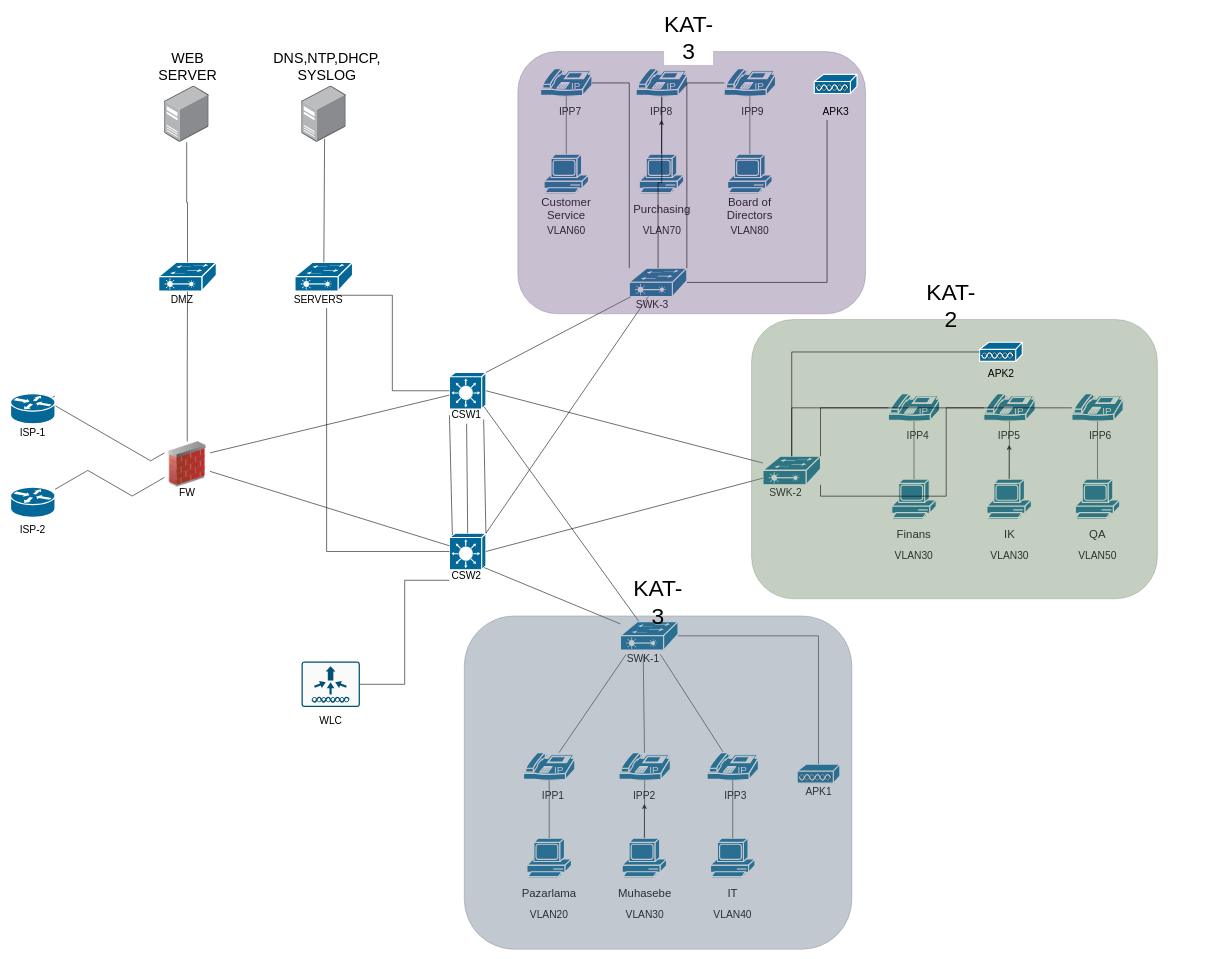
Before: enterprise-network.drawio in sonerunal/Ag-tasarimlari, a draw.io diagram. Source tidied: cells renumbered, new cells numbered last; positions are measured from the earlier drawing's top-left corner, leaving out a move shared by most shapes. Both pictures are drawn from the tidied source at 57%, with x=0, y=0 at pixel (10, 28).
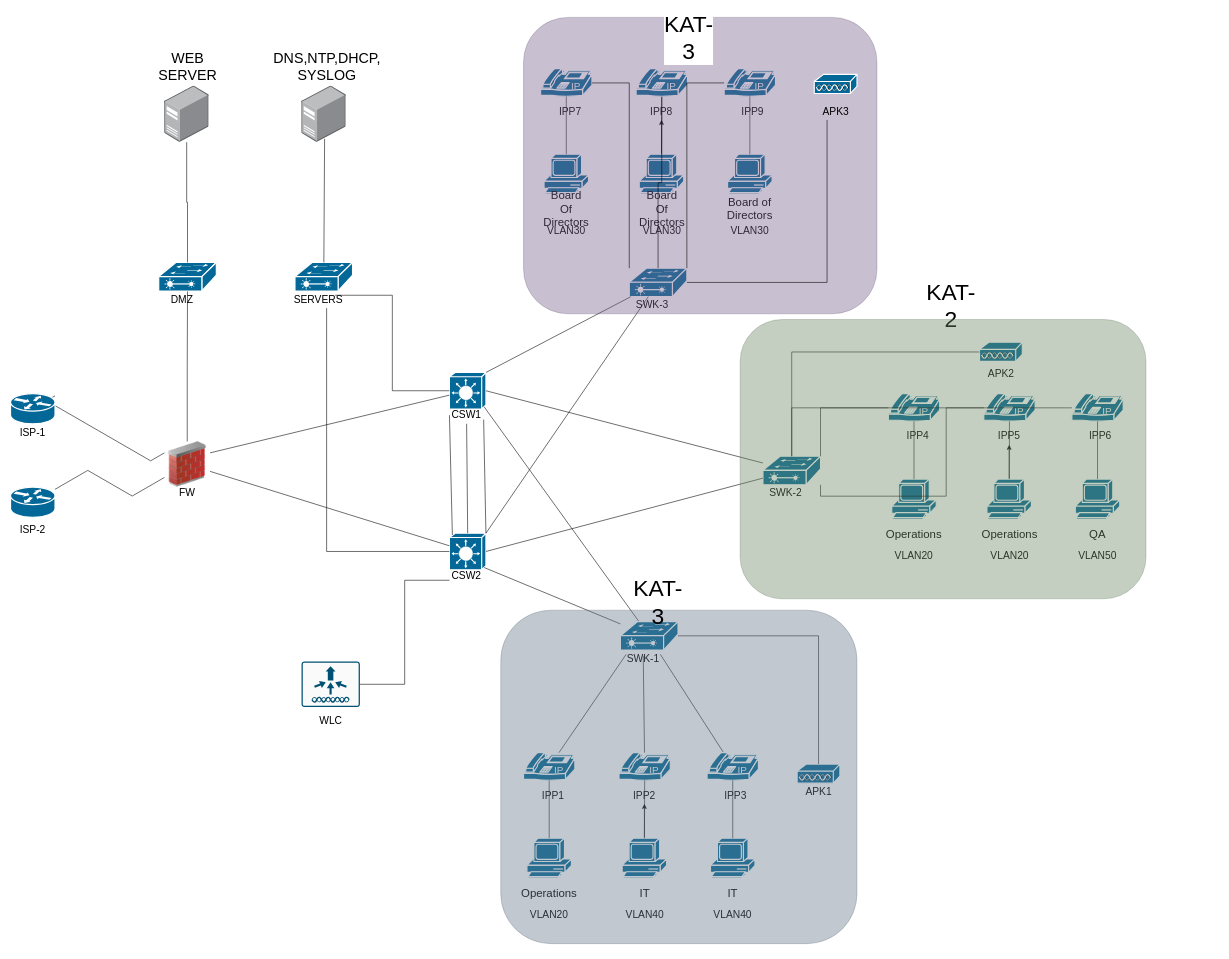
Above is the later version.

The change refers to these unchanged cells:
```xml
<mxCell id="37" style="group;" parent="1" vertex="1">
  <mxGeometry x="1540" y="640" width="582" height="360" as="geometry" />
</mxCell>
<mxCell id="42" style="group;" parent="37" vertex="1">
  <mxGeometry x="22" width="560" height="360" as="geometry" />
</mxCell>
<mxCell id="62" style="group;" parent="1" vertex="1">
  <mxGeometry x="930" y="70" width="600" height="430" as="geometry" />
</mxCell>
<mxCell id="66" style="group;" parent="62" vertex="1">
  <mxGeometry width="600" height="430" as="geometry" />
</mxCell>
<mxCell id="115" style="group;" parent="1" vertex="1">
  <mxGeometry x="900" y="1270" width="600" height="300" as="geometry" />
</mxCell>
```

The edit, as a diff of the source:
```diff
@@
-    <mxCell id="39" value="Finans" style="text;html=1;whiteSpace=wrap;strokeColor=none;fillColor=none;align=center;verticalAlign=middle;rounded=0;strokeWidth=3;fontSize=20;" parent="37" vertex="1">
+    <mxCell id="39" value="Operations" style="text;html=1;whiteSpace=wrap;strokeColor=none;fillColor=none;align=center;verticalAlign=middle;rounded=0;strokeWidth=3;fontSize=20;" parent="37" vertex="1">
       <mxGeometry x="15" y="230" width="60" height="30" as="geometry" />
     </mxCell>
-    <mxCell id="40" value="&lt;font style=&quot;font-size: 18px;&quot;&gt;VLAN30&lt;/font&gt;" style="text;html=1;whiteSpace=wrap;strokeColor=none;fillColor=none;align=center;verticalAlign=middle;rounded=0;" parent="37" vertex="1">
+    <mxCell id="40" value="&lt;font style=&quot;font-size: 18px;&quot;&gt;VLAN20&lt;/font&gt;" style="text;html=1;whiteSpace=wrap;strokeColor=none;fillColor=none;align=center;verticalAlign=middle;rounded=0;" parent="37" vertex="1">
       <mxGeometry x="15" y="270" width="60" height="30" as="geometry" />
     </mxCell>
@@
-    <mxCell id="46" value="IK" style="text;html=1;whiteSpace=wrap;strokeColor=none;fillColor=none;align=center;verticalAlign=middle;rounded=0;fontSize=20;" parent="42" vertex="1">
+    <mxCell id="46" value="Operations" style="text;html=1;whiteSpace=wrap;strokeColor=none;fillColor=none;align=center;verticalAlign=middle;rounded=0;fontSize=20;" parent="42" vertex="1">
       <mxGeometry x="160.5" y="230" width="60" height="30" as="geometry" />
     </mxCell>
@@
-    <mxCell id="48" value="&lt;font style=&quot;font-size: 18px;&quot;&gt;VLAN30&lt;/font&gt;" style="text;html=1;whiteSpace=wrap;strokeColor=none;fillColor=none;align=center;verticalAlign=middle;rounded=0;" parent="42" vertex="1">
+    <mxCell id="48" value="&lt;font style=&quot;font-size: 18px;&quot;&gt;VLAN20&lt;/font&gt;" style="text;html=1;whiteSpace=wrap;strokeColor=none;fillColor=none;align=center;verticalAlign=middle;rounded=0;" parent="42" vertex="1">
       <mxGeometry x="160.5" y="270" width="60" height="30" as="geometry" />
     </mxCell>
@@
-    <mxCell id="58" style="rounded=1;whiteSpace=wrap;html=1;fillColor=#6d8764;fontColor=#ffffff;strokeColor=#3A5431;opacity=40;" parent="42" vertex="1">
-      <mxGeometry x="-262" y="-130" width="712" height="490" as="geometry" />
-    </mxCell>
@@
-    <mxCell id="63" value="&lt;font style=&quot;font-size: 18px;&quot;&gt;VLAN60&lt;/font&gt;" style="text;html=1;whiteSpace=wrap;strokeColor=none;fillColor=none;align=center;verticalAlign=middle;rounded=0;" parent="62" vertex="1">
+    <mxCell id="63" value="&lt;font style=&quot;font-size: 18px;&quot;&gt;VLAN30&lt;/font&gt;" style="text;html=1;whiteSpace=wrap;strokeColor=none;fillColor=none;align=center;verticalAlign=middle;rounded=0;" parent="62" vertex="1">
       <mxGeometry x="15" y="270" width="60" height="30" as="geometry" />
     </mxCell>
-    <mxCell id="64" value="&lt;font style=&quot;font-size: 18px;&quot;&gt;VLAN70&lt;/font&gt;" style="text;html=1;whiteSpace=wrap;strokeColor=none;fillColor=none;align=center;verticalAlign=middle;rounded=0;" parent="62" vertex="1">
+    <mxCell id="64" value="&lt;font style=&quot;font-size: 18px;&quot;&gt;VLAN30&lt;/font&gt;" style="text;html=1;whiteSpace=wrap;strokeColor=none;fillColor=none;align=center;verticalAlign=middle;rounded=0;" parent="62" vertex="1">
       <mxGeometry x="182.5" y="270" width="60" height="30" as="geometry" />
     </mxCell>
-    <mxCell id="65" value="&lt;font style=&quot;font-size: 18px;&quot;&gt;VLAN80&lt;/font&gt;" style="text;html=1;whiteSpace=wrap;strokeColor=none;fillColor=none;align=center;verticalAlign=middle;rounded=0;" parent="62" vertex="1">
+    <mxCell id="65" value="&lt;font style=&quot;font-size: 18px;&quot;&gt;VLAN30&lt;/font&gt;" style="text;html=1;whiteSpace=wrap;strokeColor=none;fillColor=none;align=center;verticalAlign=middle;rounded=0;" parent="62" vertex="1">
       <mxGeometry x="337" y="270" width="60" height="30" as="geometry" />
     </mxCell>
@@
-    <mxCell id="71" value="Customer Service" style="text;html=1;whiteSpace=wrap;strokeColor=none;fillColor=none;align=center;verticalAlign=middle;rounded=0;strokeWidth=3;fontSize=20;" parent="66" vertex="1">
+    <mxCell id="71" value="Board Of Directors" style="text;html=1;whiteSpace=wrap;strokeColor=none;fillColor=none;align=center;verticalAlign=middle;rounded=0;strokeWidth=3;fontSize=20;" parent="66" vertex="1">
       <mxGeometry x="15" y="230" width="60" height="30" as="geometry" />
     </mxCell>
-    <mxCell id="72" value="Purchasing" style="text;html=1;whiteSpace=wrap;strokeColor=none;fillColor=none;align=center;verticalAlign=middle;rounded=0;fontSize=20;" parent="66" vertex="1">
+    <mxCell id="72" value="Board Of Directors" style="text;html=1;whiteSpace=wrap;strokeColor=none;fillColor=none;align=center;verticalAlign=middle;rounded=0;fontSize=20;" parent="66" vertex="1">
       <mxGeometry x="182.5" y="230" width="60" height="30" as="geometry" />
     </mxCell>
@@
     <mxCell id="83" style="rounded=1;whiteSpace=wrap;html=1;fillColor=#76608a;fontColor=#ffffff;strokeColor=#432D57;opacity=40;" parent="66" vertex="1">
-      <mxGeometry x="-40" y="-30" width="610" height="460" as="geometry" />
+      <mxGeometry x="-30" y="-90" width="620" height="520" as="geometry" />
     </mxCell>
@@
-    <mxCell id="120" value="Pazarlama" style="text;html=1;whiteSpace=wrap;strokeColor=none;fillColor=none;align=center;verticalAlign=middle;rounded=0;strokeWidth=3;fontSize=20;" parent="115" vertex="1">
+    <mxCell id="120" value="Operations" style="text;html=1;whiteSpace=wrap;strokeColor=none;fillColor=none;align=center;verticalAlign=middle;rounded=0;strokeWidth=3;fontSize=20;" parent="115" vertex="1">
       <mxGeometry x="15" y="230" width="60" height="30" as="geometry" />
     </mxCell>
-    <mxCell id="121" value="Muhasebe" style="text;html=1;whiteSpace=wrap;strokeColor=none;fillColor=none;align=center;verticalAlign=middle;rounded=0;fontSize=20;" parent="115" vertex="1">
+    <mxCell id="121" value="IT" style="text;html=1;whiteSpace=wrap;strokeColor=none;fillColor=none;align=center;verticalAlign=middle;rounded=0;fontSize=20;" parent="115" vertex="1">
       <mxGeometry x="182.5" y="230" width="60" height="30" as="geometry" />
     </mxCell>
@@
-    <mxCell id="124" value="&lt;font style=&quot;font-size: 18px;&quot;&gt;VLAN30&lt;/font&gt;" style="text;html=1;whiteSpace=wrap;strokeColor=none;fillColor=none;align=center;verticalAlign=middle;rounded=0;" parent="115" vertex="1">
+    <mxCell id="124" value="&lt;font style=&quot;font-size: 18px;&quot;&gt;VLAN40&lt;/font&gt;" style="text;html=1;whiteSpace=wrap;strokeColor=none;fillColor=none;align=center;verticalAlign=middle;rounded=0;" parent="115" vertex="1">
       <mxGeometry x="182.5" y="270" width="60" height="30" as="geometry" />
     </mxCell>
@@
     <mxCell id="136" style="rounded=1;whiteSpace=wrap;html=1;fillColor=#647687;fontColor=#ffffff;strokeColor=#314354;gradientColor=none;opacity=40;" parent="1" vertex="1">
-      <mxGeometry x="796" y="1030" width="680" height="585" as="geometry" />
+      <mxGeometry x="860" y="1020" width="625" height="585" as="geometry" />
     </mxCell>
@@
+    <mxCell id="58" style="rounded=1;whiteSpace=wrap;html=1;fillColor=#6d8764;fontColor=#ffffff;strokeColor=#3A5431;opacity=40;" parent="1" vertex="1">
+      <mxGeometry x="1280" y="510" width="712" height="490" as="geometry" />
+    </mxCell>
```
